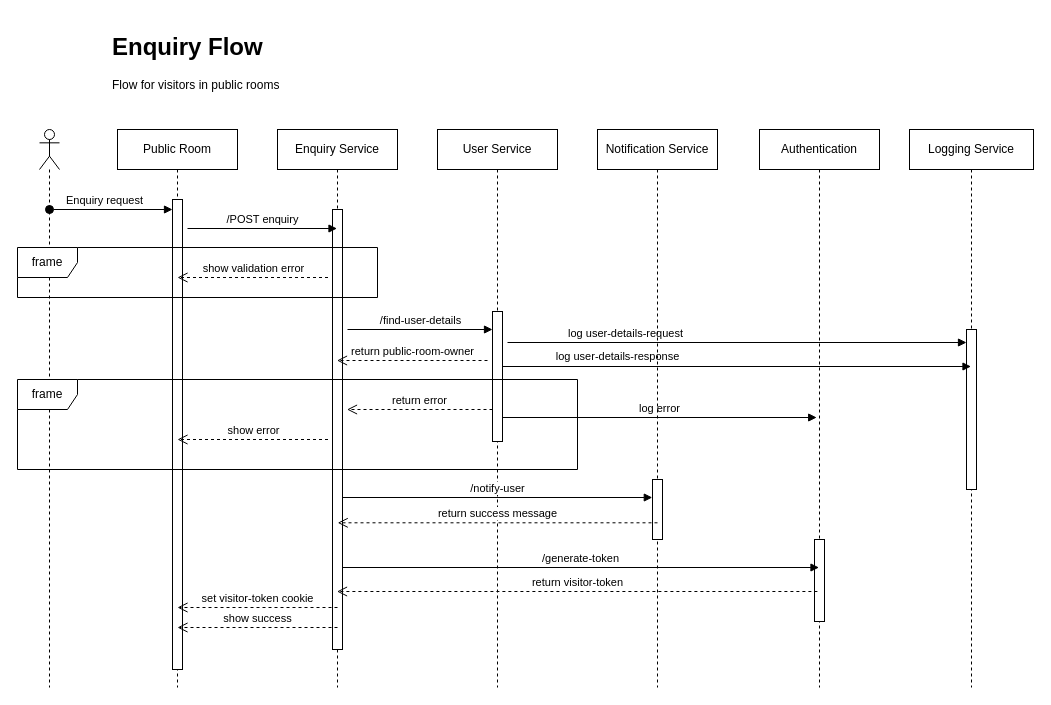
Before: page "Enquiry Flow" (2 of 3) of docs/assets/Sequence Diagram.drawio in akshayvijaynair/music-academy-docs, a draw.io diagram. Source tidied: cells renumbered, new cells numbered last; positions are measured from the earlier drawing's top-left corner, leaving out a move shared by most shapes. Both pictures are drawn from the tidied source at 100%, with x=0, y=0 at pixel (17, 27).
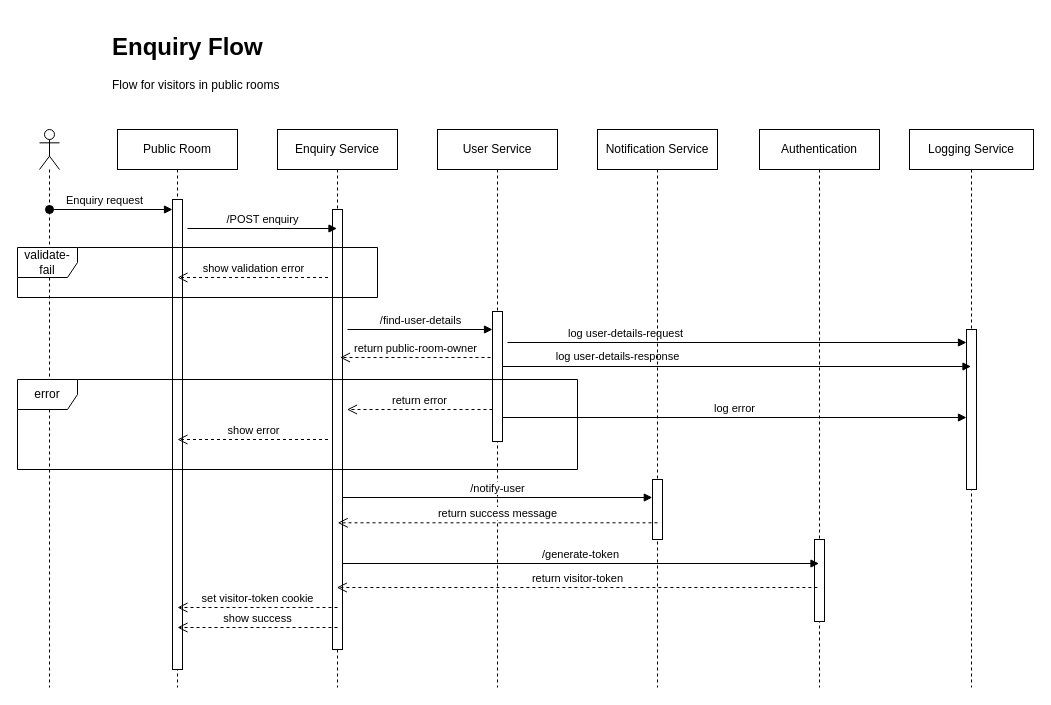
The same diagram, later.

Commit message:
feat(SequenceDiagram): refinements and cleanup

The change refers to these unchanged cells:
```xml
<mxCell id="4" value="Enquiry Service" style="shape=umlLifeline;perimeter=lifelinePerimeter;whiteSpace=wrap;html=1;outlineConnect=0;portConstraint=eastwest;newEdgeStyle={&quot;edgeStyle&quot;:&quot;elbowEdgeStyle&quot;,&quot;elbow&quot;:&quot;vertical&quot;,&quot;curved&quot;:0,&quot;rounded&quot;:0};" parent="1" vertex="1">
  <mxGeometry x="260" y="102" width="120" height="558" as="geometry" />
</mxCell>
<mxCell id="15" style="html=1;points=[];perimeter=orthogonalPerimeter;outlineConnect=0;targetShapes=umlLifeline;portConstraint=eastwest;newEdgeStyle={&quot;edgeStyle&quot;:&quot;elbowEdgeStyle&quot;,&quot;elbow&quot;:&quot;vertical&quot;,&quot;curved&quot;:0,&quot;rounded&quot;:0};" parent="14" vertex="1">
  <mxGeometry x="55" y="182" width="10" height="130" as="geometry" />
</mxCell>
<mxCell id="29" value="Authentication" style="shape=umlLifeline;perimeter=lifelinePerimeter;whiteSpace=wrap;html=1;outlineConnect=0;portConstraint=eastwest;newEdgeStyle={&quot;edgeStyle&quot;:&quot;elbowEdgeStyle&quot;,&quot;elbow&quot;:&quot;vertical&quot;,&quot;curved&quot;:0,&quot;rounded&quot;:0};" parent="1" vertex="1">
  <mxGeometry x="742" y="102" width="120" height="558" as="geometry" />
</mxCell>
```

Diff of the diagram source:
```diff
@@
     <mxCell id="16" value="return public-room-owner" style="html=1;verticalAlign=bottom;endArrow=open;dashed=1;endSize=8;curved=0;rounded=0;" parent="1" edge="1">
       <mxGeometry relative="1" as="geometry">
-        <mxPoint x="470" y="333" as="sourcePoint" />
-        <mxPoint x="319.5" y="333" as="targetPoint" />
+        <mxPoint x="473" y="330" as="sourcePoint" />
+        <mxPoint x="322.5" y="330" as="targetPoint" />
       </mxGeometry>
     </mxCell>
-    <mxCell id="17" value="frame" style="shape=umlFrame;whiteSpace=wrap;html=1;" parent="1" vertex="1">
+    <mxCell id="17" value="error" style="shape=umlFrame;whiteSpace=wrap;html=1;" parent="1" vertex="1">
       <mxGeometry y="352" width="560" height="90" as="geometry" />
     </mxCell>
@@
-    <mxCell id="21" value="log error" style="html=1;verticalAlign=bottom;endArrow=block;curved=0;rounded=0;" parent="1" edge="1" source="15">
+    <mxCell id="21" value="log error" style="html=1;verticalAlign=bottom;endArrow=block;curved=0;rounded=0;" parent="1" edge="1">
       <mxGeometry relative="1" as="geometry">
-        <mxPoint x="799.2" y="390" as="targetPoint" />
+        <mxPoint x="485" y="390" as="sourcePoint" />
+        <mxPoint x="949" y="390" as="targetPoint" />
       </mxGeometry>
     </mxCell>
@@
-    <mxCell id="23" value="frame" style="shape=umlFrame;whiteSpace=wrap;html=1;" parent="1" vertex="1">
+    <mxCell id="23" value="validate-fail" style="shape=umlFrame;whiteSpace=wrap;html=1;" parent="1" vertex="1">
       <mxGeometry y="220" width="360" height="50" as="geometry" />
     </mxCell>
@@
-    <mxCell id="31" value="/generate-token" style="html=1;verticalAlign=bottom;endArrow=block;curved=0;rounded=0;" parent="1" edge="1" target="29">
+    <mxCell id="31" value="/generate-token" style="html=1;verticalAlign=bottom;endArrow=block;curved=0;rounded=0;" parent="1" edge="1">
       <mxGeometry relative="1" as="geometry">
-        <mxPoint x="325.2" y="540" as="sourcePoint" />
+        <mxPoint x="325.2" y="536" as="sourcePoint" />
+        <mxPoint x="801.5" y="536" as="targetPoint" />
       </mxGeometry>
     </mxCell>
-    <mxCell id="32" value="return visitor-token" style="html=1;verticalAlign=bottom;endArrow=open;dashed=1;endSize=8;curved=0;rounded=0;exitX=0.5;exitY=0.488;exitDx=0;exitDy=0;exitPerimeter=0;" parent="1" edge="1" target="4">
+    <mxCell id="32" value="return visitor-token" style="html=1;verticalAlign=bottom;endArrow=open;dashed=1;endSize=8;curved=0;rounded=0;exitX=0.5;exitY=0.488;exitDx=0;exitDy=0;exitPerimeter=0;" parent="1" edge="1">
       <mxGeometry relative="1" as="geometry">
-        <mxPoint x="799.9" y="564" as="sourcePoint" />
+        <mxPoint x="799.9" y="560" as="sourcePoint" />
+        <mxPoint x="319.3" y="560" as="targetPoint" />
       </mxGeometry>
     </mxCell>
```
